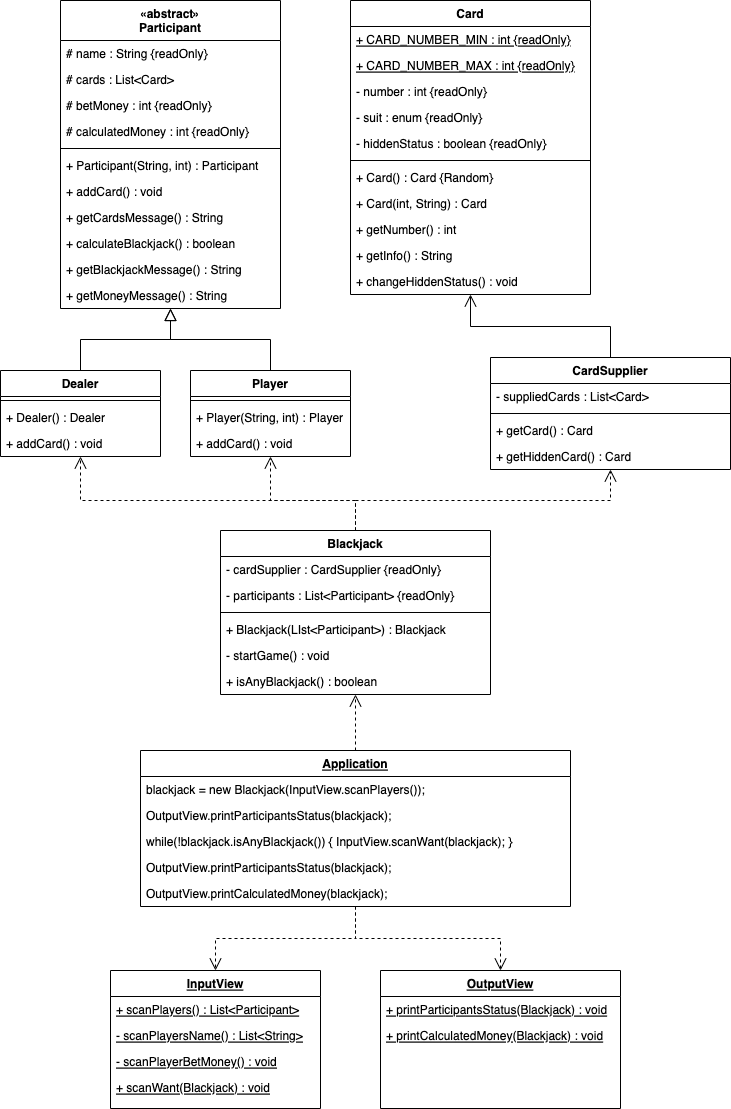
Before: DiagramBlackjack.drawio.png, a diagram exported from draw.io (muttjimmypark/java-blackjack-playground). Source tidied: cells renumbered, new cells last; positions are measured from the earlier drawing's top-left corner, leaving out a move shared by most shapes.
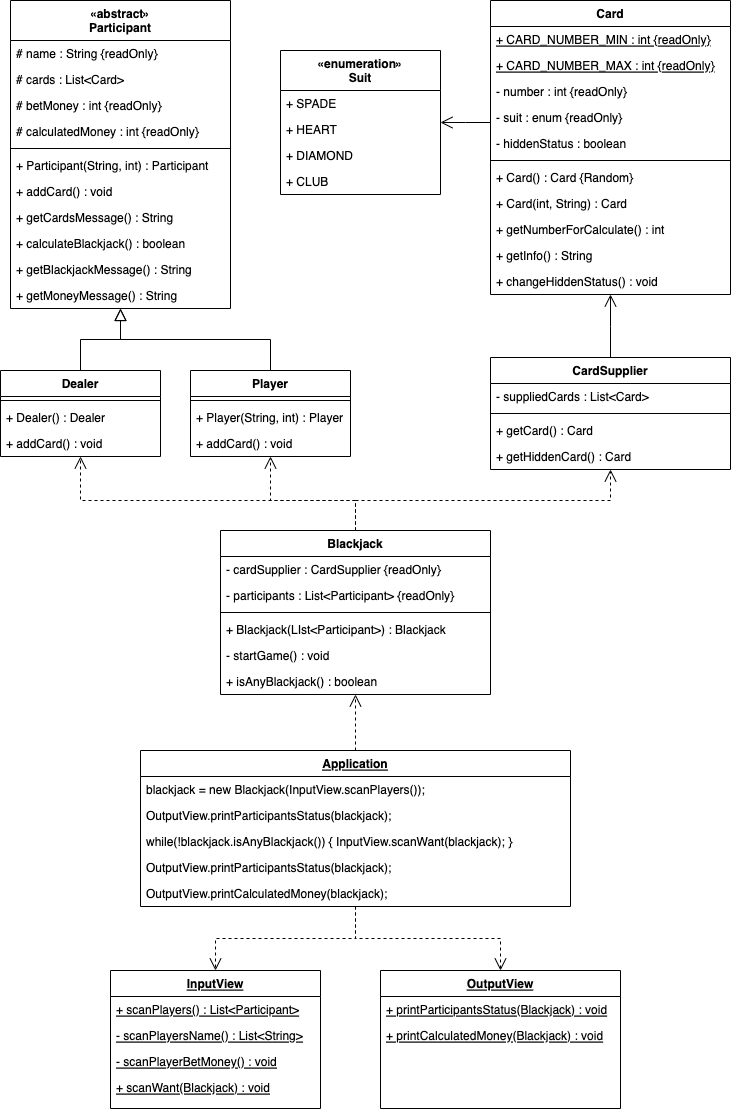
Later version of the same file.

The edit, as a diff of the source:
```diff
@@ -3,7 +3,7 @@
     <mxCell id="0" />
     <mxCell id="1" parent="0" />
     <mxCell id="2" value="«abstract»&#10;Participant" style="swimlane;fontStyle=1;align=center;verticalAlign=middle;horizontal=1;startSize=40;rounded=0;shadow=0;strokeWidth=1;" parent="1" vertex="1">
-      <mxGeometry x="60" width="220" height="308" as="geometry" />
+      <mxGeometry x="10" width="220" height="308" as="geometry" />
     </mxCell>
     <mxCell id="3" value="# name : String {readOnly}" style="text;align=left;verticalAlign=top;spacingLeft=4;spacingRight=4;overflow=hidden;" parent="2" vertex="1">
       <mxGeometry y="40" width="220" height="26" as="geometry" />
@@ -69,7 +69,7 @@
       <mxGeometry relative="1" as="geometry" />
     </mxCell>
     <mxCell id="24" value="Card" style="swimlane;fontStyle=1;align=center;verticalAlign=top;horizontal=1;startSize=26;rounded=0;shadow=0;strokeWidth=1;" parent="1" vertex="1">
-      <mxGeometry x="350" width="240" height="294" as="geometry" />
+      <mxGeometry x="490" width="240" height="294" as="geometry" />
     </mxCell>
     <mxCell id="25" value="+ CARD_NUMBER_MIN : int {readOnly}" style="text;align=left;verticalAlign=top;spacingLeft=4;spacingRight=4;overflow=hidden;rounded=0;shadow=0;html=0;fontStyle=4;" parent="24" vertex="1">
       <mxGeometry y="26" width="240" height="26" as="geometry" />
@@ -83,7 +83,7 @@
     <mxCell id="28" value="- suit : enum {readOnly}" style="text;align=left;verticalAlign=top;spacingLeft=4;spacingRight=4;overflow=hidden;rounded=0;shadow=0;html=0;" parent="24" vertex="1">
       <mxGeometry y="104" width="240" height="26" as="geometry" />
     </mxCell>
-    <mxCell id="29" value="- hiddenStatus : boolean {readOnly}" style="text;align=left;verticalAlign=top;spacingLeft=4;spacingRight=4;overflow=hidden;" parent="24" vertex="1">
+    <mxCell id="29" value="- hiddenStatus : boolean" style="text;align=left;verticalAlign=top;spacingLeft=4;spacingRight=4;overflow=hidden;" parent="24" vertex="1">
       <mxGeometry y="130" width="240" height="26" as="geometry" />
     </mxCell>
     <mxCell id="30" style="line;html=1;strokeWidth=1;align=left;verticalAlign=middle;spacingTop=-1;spacingLeft=3;spacingRight=3;labelPosition=right;" parent="24" vertex="1">
@@ -95,7 +95,7 @@
     <mxCell id="32" value="+ Card(int, String) : Card" style="text;align=left;verticalAlign=top;spacingLeft=4;spacingRight=4;overflow=hidden;" parent="24" vertex="1">
       <mxGeometry y="190" width="240" height="26" as="geometry" />
     </mxCell>
-    <mxCell id="33" value="+ getNumber() : int" style="text;align=left;verticalAlign=top;spacingLeft=4;spacingRight=4;overflow=hidden;" parent="24" vertex="1">
+    <mxCell id="33" value="+ getNumberForCalculate() : int" style="text;align=left;verticalAlign=top;spacingLeft=4;spacingRight=4;overflow=hidden;" parent="24" vertex="1">
       <mxGeometry y="216" width="240" height="26" as="geometry" />
     </mxCell>
     <mxCell id="34" value="+ getInfo() : String" style="text;align=left;verticalAlign=top;spacingLeft=4;spacingRight=4;overflow=hidden;" parent="24" vertex="1">
@@ -211,5 +211,23 @@
     <mxCell id="68" style="endArrow=open;endSize=10;endFill=0;shadow=0;strokeWidth=1;rounded=0;edgeStyle=elbowEdgeStyle;elbow=vertical;dashed=1;" parent="1" edge="1" source="48" target="59">
       <mxGeometry relative="1" as="geometry" />
     </mxCell>
+    <mxCell id="69" value="«enumeration»&#10;Suit" style="swimlane;fontStyle=1;align=center;verticalAlign=top;horizontal=1;startSize=40;rounded=0;shadow=0;strokeWidth=1;" parent="1" vertex="1">
+      <mxGeometry x="280" y="50" width="160" height="144" as="geometry" />
+    </mxCell>
+    <mxCell id="70" value="+ SPADE" style="text;align=left;verticalAlign=top;spacingLeft=4;spacingRight=4;overflow=hidden;" parent="69" vertex="1">
+      <mxGeometry y="40" width="160" height="26" as="geometry" />
+    </mxCell>
+    <mxCell id="71" value="+ HEART" style="text;align=left;verticalAlign=top;spacingLeft=4;spacingRight=4;overflow=hidden;" parent="69" vertex="1">
+      <mxGeometry y="66" width="160" height="26" as="geometry" />
+    </mxCell>
+    <mxCell id="72" value="+ DIAMOND" style="text;align=left;verticalAlign=top;spacingLeft=4;spacingRight=4;overflow=hidden;" parent="69" vertex="1">
+      <mxGeometry y="92" width="160" height="26" as="geometry" />
+    </mxCell>
+    <mxCell id="73" value="+ CLUB" style="text;align=left;verticalAlign=top;spacingLeft=4;spacingRight=4;overflow=hidden;" parent="69" vertex="1">
+      <mxGeometry y="118" width="160" height="26" as="geometry" />
+    </mxCell>
+    <mxCell id="74" style="endArrow=open;endSize=10;endFill=0;shadow=0;strokeWidth=1;rounded=0;edgeStyle=elbowEdgeStyle;elbow=vertical;" parent="1" edge="1" source="24" target="69">
+      <mxGeometry relative="1" as="geometry" />
+    </mxCell>
   </root>
 </mxGraphModel>
```
